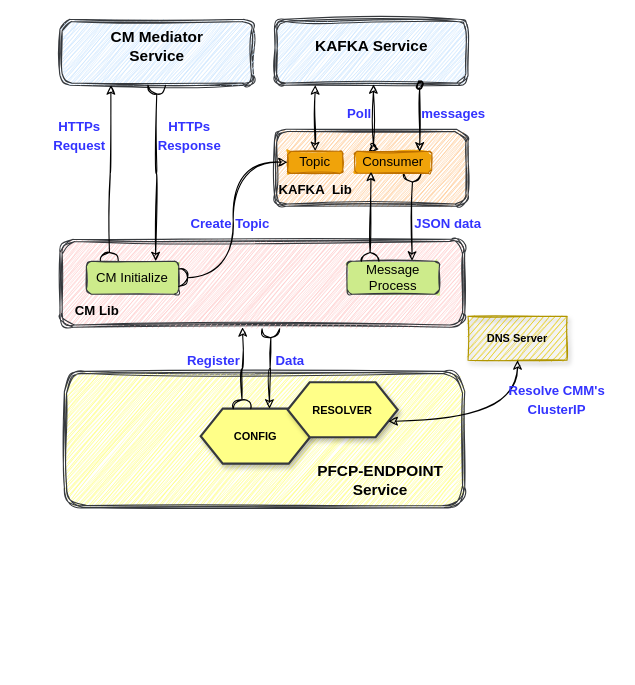
This is page "Config" (3 of 3) of External_submodule.drawio from SunLucc/Test, a draw.io file, before an edit. Source tidied: cells renumbered, new cells numbered last; positions are measured from the earlier drawing's top-left corner, leaving out a move shared by most shapes. Both pictures are drawn from the tidied source at 110%, with x=0, y=0 at pixel (35, 19).
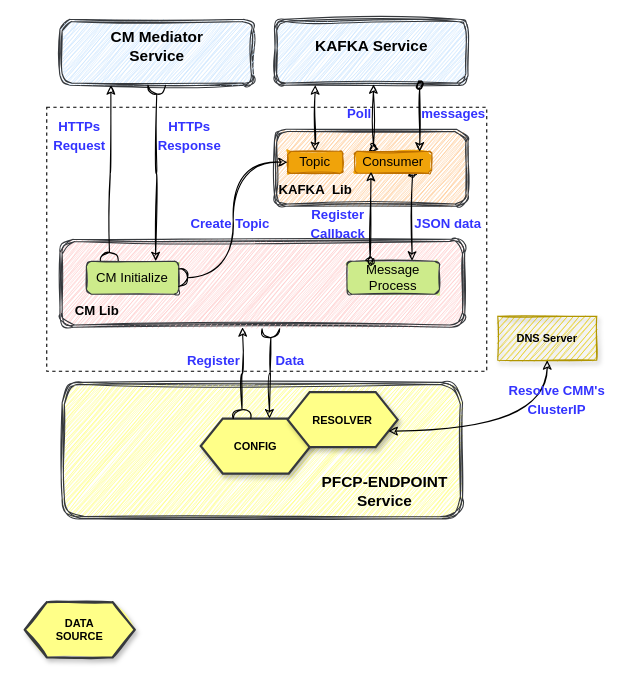
After the change.

The change refers to these unchanged cells:
```xml
<mxCell id="2" style="group;" parent="1" vertex="1">
  <mxGeometry width="527.5" height="444" as="geometry" />
</mxCell>
<mxCell id="23" value="Message Process" style="rounded=1;whiteSpace=wrap;html=1;shadow=0;sketch=1;fillStyle=solid;fontSize=12;fillColor=#cdeb8b;strokeColor=#36393d;" parent="2" vertex="1">
  <mxGeometry x="283" y="220" width="84" height="30" as="geometry" />
</mxCell>
<mxCell id="31" value="Consumer" style="rounded=1;whiteSpace=wrap;html=1;shadow=0;sketch=1;fillStyle=solid;fontSize=12;fillColor=#f0a30a;strokeColor=#BD7000;fontColor=#000000;" parent="2" vertex="1">
  <mxGeometry x="290" y="120" width="70" height="20" as="geometry" />
</mxCell>
```

The edit, as a diff of the source:
```diff
@@
+    <mxCell id="42" style="rounded=0;whiteSpace=wrap;html=1;shadow=0;dashed=1;sketch=0;fillStyle=hachure;fontSize=12;fontColor=#000000;fillColor=default;gradientColor=none;" parent="2" vertex="1">
+      <mxGeometry x="10" y="80" width="400" height="240" as="geometry" />
+    </mxCell>
     <mxCell id="3" style="shape=ext;double=1;rounded=1;whiteSpace=wrap;html=1;shadow=0;sketch=1;fillStyle=hachure;fontSize=14;fillColor=#ffff88;curveFitting=1;jiggle=2;strokeColor=#36393d;" parent="2" vertex="1">
-      <mxGeometry x="26" y="320" width="364" height="124" as="geometry" />
+      <mxGeometry x="24" y="330" width="364" height="124" as="geometry" />
     </mxCell>
     <mxCell id="4" value="&lt;b style=&quot;font-size: 10px;&quot;&gt;CONFIG&lt;/b&gt;" style="shape=hexagon;perimeter=hexagonPerimeter2;whiteSpace=wrap;html=1;fixedSize=1;fillStyle=solid;fillColor=#ffff88;strokeColor=#36393d;fontSize=10;rounded=0;shadow=1;strokeWidth=2;" parent="2" vertex="1">
-      <mxGeometry x="150" y="354" width="100" height="50" as="geometry" />
+      <mxGeometry x="150" y="363" width="100" height="50" as="geometry" />
     </mxCell>
     <mxCell id="5" value="&lt;b style=&quot;font-size: 10px;&quot;&gt;RESOLVER&lt;/b&gt;" style="shape=hexagon;perimeter=hexagonPerimeter2;whiteSpace=wrap;html=1;fixedSize=1;fillStyle=solid;fillColor=#ffff88;strokeColor=#36393d;fontSize=10;rounded=0;shadow=1;strokeWidth=2;" parent="2" vertex="1">
-      <mxGeometry x="229" y="330" width="100" height="50" as="geometry" />
+      <mxGeometry x="229" y="339" width="100" height="50" as="geometry" />
     </mxCell>
     <mxCell id="6" value="&lt;b&gt;DNS Server&lt;/b&gt;" style="whiteSpace=wrap;html=1;fontSize=10;fillColor=#e3c800;strokeColor=#B09500;fillStyle=hachure;rounded=0;shadow=1;sketch=1;fontColor=#000000;" parent="2" vertex="1">
-      <mxGeometry x="393" y="270" width="90" height="40" as="geometry" />
+      <mxGeometry x="420" y="270" width="90" height="40" as="geometry" />
     </mxCell>
@@
     <mxCell id="8" value="&lt;b&gt;PFCP-ENDPOINT&lt;br&gt;Service&lt;br&gt;&lt;/b&gt;" style="text;html=1;strokeColor=none;fillColor=none;align=center;verticalAlign=middle;whiteSpace=wrap;rounded=0;shadow=0;sketch=1;fillStyle=hachure;fontSize=14;fontColor=#000000;" parent="2" vertex="1">
-      <mxGeometry x="251" y="404" width="125" height="30" as="geometry" />
+      <mxGeometry x="255" y="414" width="125" height="30" as="geometry" />
     </mxCell>
@@
-    <mxCell id="30" style="edgeStyle=orthogonalEdgeStyle;curved=1;sketch=1;jettySize=auto;html=1;exitX=0.75;exitY=1;exitDx=0;exitDy=0;entryX=0.703;entryY=-0.015;entryDx=0;entryDy=0;entryPerimeter=0;fontSize=12;fontColor=#000000;startArrow=halfCircle;startFill=0;endArrow=classic;endFill=1;" parent="2" edge="1" source="31" target="23">
+    <mxCell id="30" style="edgeStyle=orthogonalEdgeStyle;curved=1;sketch=1;jettySize=auto;html=1;exitX=0.75;exitY=1;exitDx=0;exitDy=0;entryX=0.703;entryY=-0.015;entryDx=0;entryDy=0;entryPerimeter=0;fontSize=12;fontColor=#000000;startArrow=oval;startFill=1;endArrow=classic;endFill=1;" parent="2" edge="1" source="31" target="23">
       <mxGeometry relative="1" as="geometry" />
     </mxCell>
@@
-    <mxCell id="41" style="edgeStyle=orthogonalEdgeStyle;curved=1;sketch=1;jettySize=auto;html=1;exitX=0.25;exitY=0;exitDx=0;exitDy=0;entryX=0.212;entryY=0.937;entryDx=0;entryDy=0;entryPerimeter=0;fontSize=12;fontColor=#000000;startArrow=halfCircle;startFill=0;endArrow=classic;endFill=1;" parent="2" edge="1" source="23" target="31">
+    <mxCell id="41" style="edgeStyle=orthogonalEdgeStyle;curved=1;sketch=1;jettySize=auto;html=1;exitX=0.25;exitY=0;exitDx=0;exitDy=0;entryX=0.212;entryY=0.937;entryDx=0;entryDy=0;entryPerimeter=0;fontSize=12;fontColor=#000000;startArrow=oval;startFill=1;endArrow=classic;endFill=1;" parent="2" edge="1" source="23" target="31">
       <mxGeometry relative="1" as="geometry" />
     </mxCell>
+    <mxCell id="43" value="&lt;font style=&quot;font-size: 12px;&quot;&gt;Register&lt;br&gt;Callback&lt;br&gt;&lt;/font&gt;" style="text;html=1;strokeColor=none;fillColor=none;align=center;verticalAlign=middle;whiteSpace=wrap;rounded=0;shadow=0;dashed=0;labelBackgroundColor=none;sketch=0;fillStyle=cross-hatch;fontFamily=Helvetica;fontSize=14;fontColor=#3333FF;fontStyle=1;" parent="2" vertex="1">
+      <mxGeometry x="240" y="170" width="70" height="30" as="geometry" />
+    </mxCell>
+    <mxCell id="44" value="&lt;b style=&quot;font-size: 10px;&quot;&gt;DATA&lt;br&gt;SOURCE&lt;br&gt;&lt;/b&gt;" style="shape=hexagon;perimeter=hexagonPerimeter2;whiteSpace=wrap;html=1;fixedSize=1;fillStyle=solid;fillColor=#ffff88;strokeColor=#36393d;fontSize=10;rounded=0;shadow=1;sketch=1;strokeWidth=2;" parent="1" vertex="1">
+      <mxGeometry x="-10" y="530" width="100" height="50" as="geometry" />
+    </mxCell>
```
